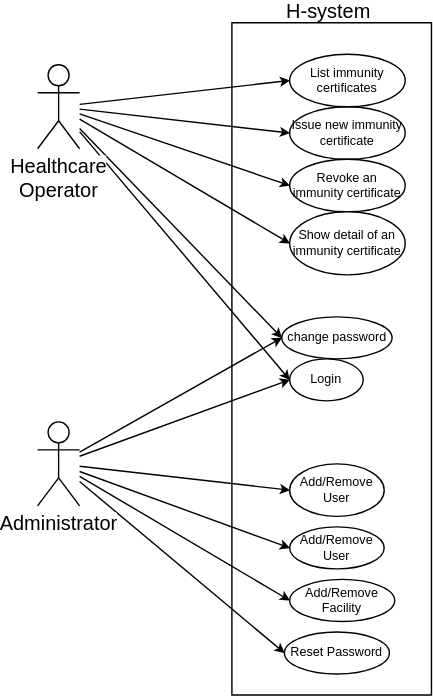
Above: docs/uml/h-system-usecase.svg in g0v-it/safetogether-shielding (draw.io), before the change. Source tidied: cells renumbered, new cells last; positions are measured from the earlier drawing's top-left corner, leaving out a move shared by most shapes.
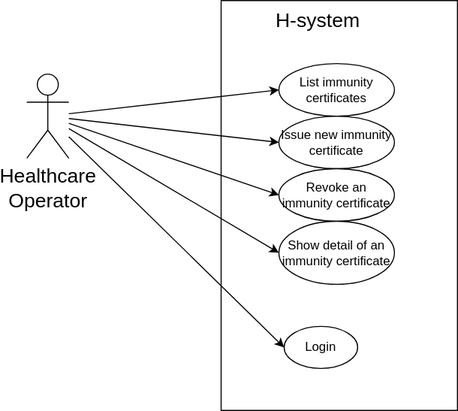
The same diagram one commit later.

The edit, as a diff of the source:
```diff
@@ -2,9 +2,9 @@
   <root>
     <mxCell id="0" />
     <mxCell id="1" parent="0" />
-    <mxCell id="2" style="verticalLabelPosition=bottom;verticalAlign=top;html=1;shape=mxgraph.basic.rect;fillColor2=none;strokeWidth=1;size=20;indent=5;" parent="1" vertex="1">
-      <mxGeometry x="185" y="20" width="190" height="640" as="geometry" />
-    </mxCell>
+    <mxCell id="28" style="verticalLabelPosition=bottom;verticalAlign=top;html=1;shape=mxgraph.basic.rect;fillColor2=none;strokeWidth=1;size=20;indent=5;" parent="1" vertex="1">
+      <mxGeometry x="185" y="-10" width="225" height="390" as="geometry" />
+    </mxCell>
     <mxCell id="3" value="Issue new immunity certificate" style="ellipse;whiteSpace=wrap;html=1;" parent="1" vertex="1">
       <mxGeometry x="240" y="100" width="110" height="50" as="geometry" />
     </mxCell>
@@ -17,11 +17,8 @@
     <mxCell id="6" value="List immunity certificates" style="ellipse;whiteSpace=wrap;html=1;" parent="1" vertex="1">
       <mxGeometry x="240" y="50" width="110" height="50" as="geometry" />
     </mxCell>
-    <mxCell id="7" value="Add/Remove User" style="ellipse;whiteSpace=wrap;html=1;" parent="1" vertex="1">
-      <mxGeometry x="240" y="440" width="90" height="50" as="geometry" />
-    </mxCell>
     <mxCell id="8" value="Login" style="ellipse;whiteSpace=wrap;html=1;" parent="1" vertex="1">
-      <mxGeometry x="240" y="340" width="70" height="40" as="geometry" />
+      <mxGeometry x="245" y="300" width="70" height="40" as="geometry" />
     </mxCell>
     <mxCell id="9" value="H-system&amp;nbsp;" style="text;html=1;strokeColor=none;fillColor=none;align=center;verticalAlign=middle;whiteSpace=wrap;rounded=0;fontSize=19;" parent="1" vertex="1">
       <mxGeometry x="200" width="160" height="20" as="geometry" />
@@ -41,44 +38,8 @@
     <mxCell id="14" style="edgeStyle=none;rounded=0;jettySize=auto;html=1;entryX=0;entryY=0.5;entryDx=0;entryDy=0;fontSize=19;" parent="1" edge="1" source="16" target="8">
       <mxGeometry relative="1" as="geometry" />
     </mxCell>
-    <mxCell id="15" style="rounded=0;jettySize=auto;html=1;entryX=0;entryY=0.5;entryDx=0;entryDy=0;" parent="1" edge="1" source="16" target="24">
-      <mxGeometry relative="1" as="geometry" />
-    </mxCell>
     <mxCell id="16" value="Healthcare&lt;br&gt;Operator" style="shape=umlActor;verticalLabelPosition=bottom;labelBackgroundColor=#ffffff;verticalAlign=top;html=1;outlineConnect=0;fontSize=19;" parent="1" vertex="1">
       <mxGeometry y="60" width="40" height="80" as="geometry" />
     </mxCell>
-    <mxCell id="17" style="edgeStyle=none;rounded=0;jettySize=auto;html=1;entryX=0;entryY=0.5;entryDx=0;entryDy=0;fontSize=19;" parent="1" edge="1" source="23" target="8">
-      <mxGeometry relative="1" as="geometry" />
-    </mxCell>
-    <mxCell id="18" style="edgeStyle=none;rounded=0;jettySize=auto;html=1;entryX=0;entryY=0.5;entryDx=0;entryDy=0;fontSize=19;" parent="1" edge="1" source="23" target="7">
-      <mxGeometry relative="1" as="geometry" />
-    </mxCell>
-    <mxCell id="19" style="edgeStyle=none;rounded=0;jettySize=auto;html=1;entryX=0;entryY=0.5;entryDx=0;entryDy=0;" parent="1" edge="1" source="23" target="25">
-      <mxGeometry relative="1" as="geometry" />
-    </mxCell>
-    <mxCell id="20" style="edgeStyle=none;rounded=0;jettySize=auto;html=1;entryX=0;entryY=0.5;entryDx=0;entryDy=0;" parent="1" edge="1" source="23" target="26">
-      <mxGeometry relative="1" as="geometry" />
-    </mxCell>
-    <mxCell id="21" style="edgeStyle=none;rounded=0;jettySize=auto;html=1;entryX=0;entryY=0.5;entryDx=0;entryDy=0;" parent="1" edge="1" source="23" target="27">
-      <mxGeometry relative="1" as="geometry" />
-    </mxCell>
-    <mxCell id="22" style="rounded=0;jettySize=auto;html=1;entryX=0;entryY=0.5;entryDx=0;entryDy=0;" parent="1" edge="1" source="23" target="24">
-      <mxGeometry relative="1" as="geometry" />
-    </mxCell>
-    <mxCell id="23" value="Administrator" style="shape=umlActor;verticalLabelPosition=bottom;labelBackgroundColor=#ffffff;verticalAlign=top;html=1;outlineConnect=0;fontSize=19;" parent="1" vertex="1">
-      <mxGeometry y="400" width="40" height="80" as="geometry" />
-    </mxCell>
-    <mxCell id="24" value="change password" style="ellipse;whiteSpace=wrap;html=1;" parent="1" vertex="1">
-      <mxGeometry x="232.5" y="300" width="105" height="40" as="geometry" />
-    </mxCell>
-    <mxCell id="25" value="Add/Remove User" style="ellipse;whiteSpace=wrap;html=1;" parent="1" vertex="1">
-      <mxGeometry x="240" y="500" width="90" height="40" as="geometry" />
-    </mxCell>
-    <mxCell id="26" value="Add/Remove Facility" style="ellipse;whiteSpace=wrap;html=1;" parent="1" vertex="1">
-      <mxGeometry x="240" y="550" width="100" height="40" as="geometry" />
-    </mxCell>
-    <mxCell id="27" value="Reset Password" style="ellipse;whiteSpace=wrap;html=1;" parent="1" vertex="1">
-      <mxGeometry x="235" y="600" width="100" height="40" as="geometry" />
-    </mxCell>
   </root>
 </mxGraphModel>
```
